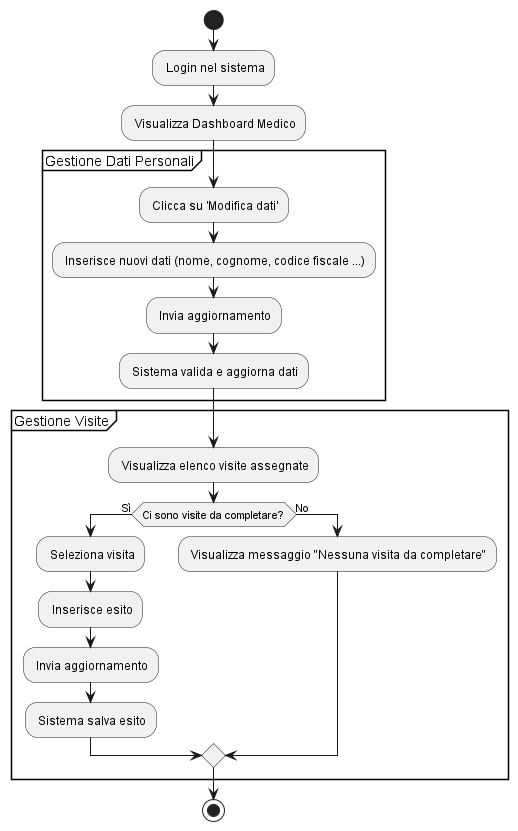
The PlantUML diagram Latex/diagrammi_uml/diagramma_attivita_medico.png in Taniyakaur/KMBhealthcenter, before a commit.
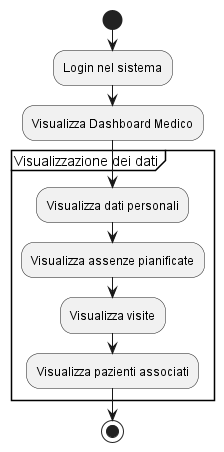
The same diagram one commit later.

Diff of the diagram source:
```diff
@@ -1,26 +1,17 @@
 @startuml
-| Medico |
+|Medico|
+
 start
-    : Login nel sistema;
-    : Visualizza Dashboard Medico;
 
-    partition "Gestione Dati Personali" {
-        : Clicca su 'Modifica dati';
-        : Inserisce nuovi dati (nome, cognome, codice fiscale ...);
-        : Invia aggiornamento;
-        : Sistema valida e aggiorna dati;
-    }
+:Login nel sistema;
+:Visualizza Dashboard Medico;
 
-    partition "Gestione Visite" {
-        : Visualizza elenco visite assegnate;
-        if (Ci sono visite da completare?) then (Sì)
-            : Seleziona visita;
-            : Inserisce esito;
-            : Invia aggiornamento;
-            : Sistema salva esito;
-        else (No)
-            : Visualizza messaggio "Nessuna visita da completare";
-        endif
-    }
+partition "Visualizzazione dei dati" {
+    :Visualizza dati personali;
+    :Visualizza assenze pianificate;
+    :Visualizza visite;
+    :Visualizza pazienti associati;
+}
+
 stop
 @enduml
```
